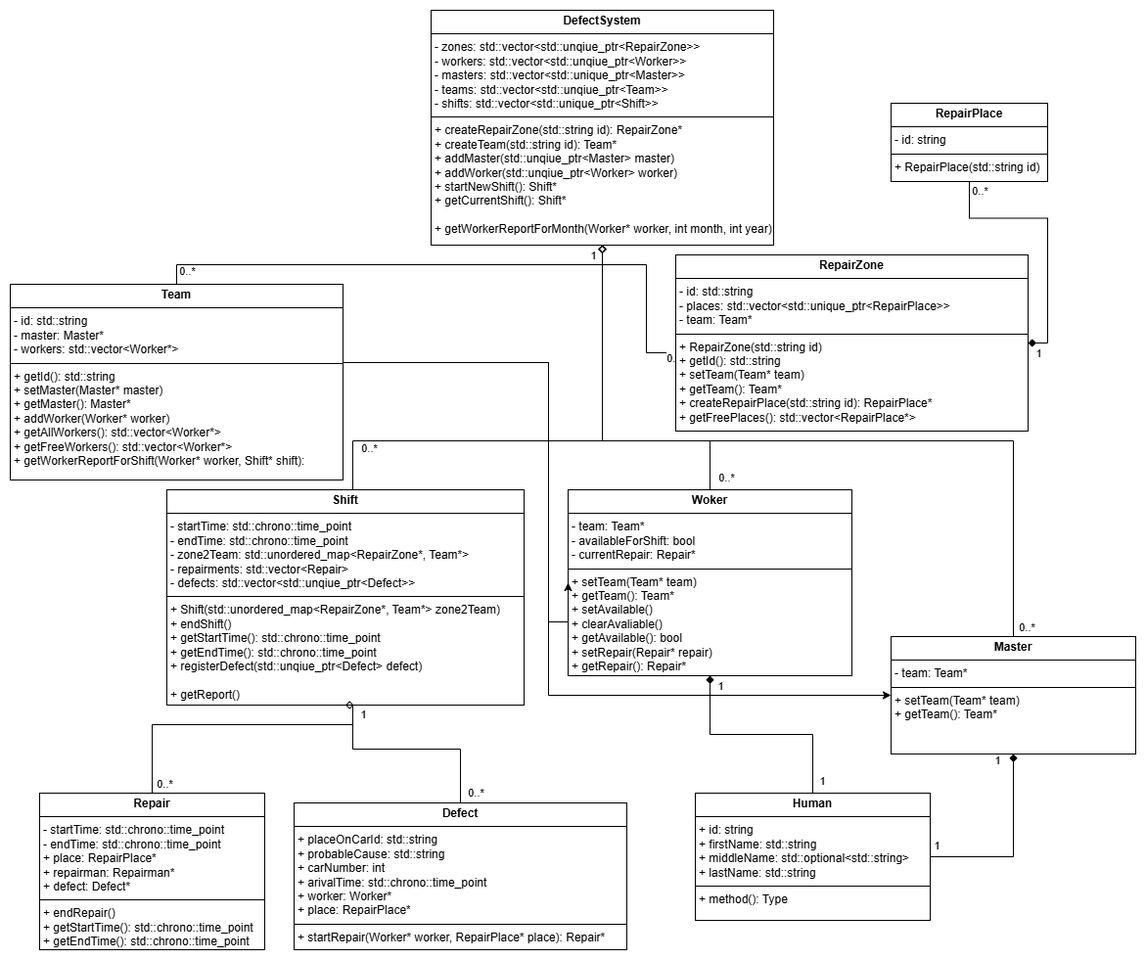
SheLesTT/software-design-cli keeps this draw.io diagram as defects/practice_10_22/ClassesDiagram.png. Above is the earlier version. Source tidied: cells renumbered, new cells last; positions are measured from the earlier drawing's top-left corner, leaving out a move shared by most shapes.
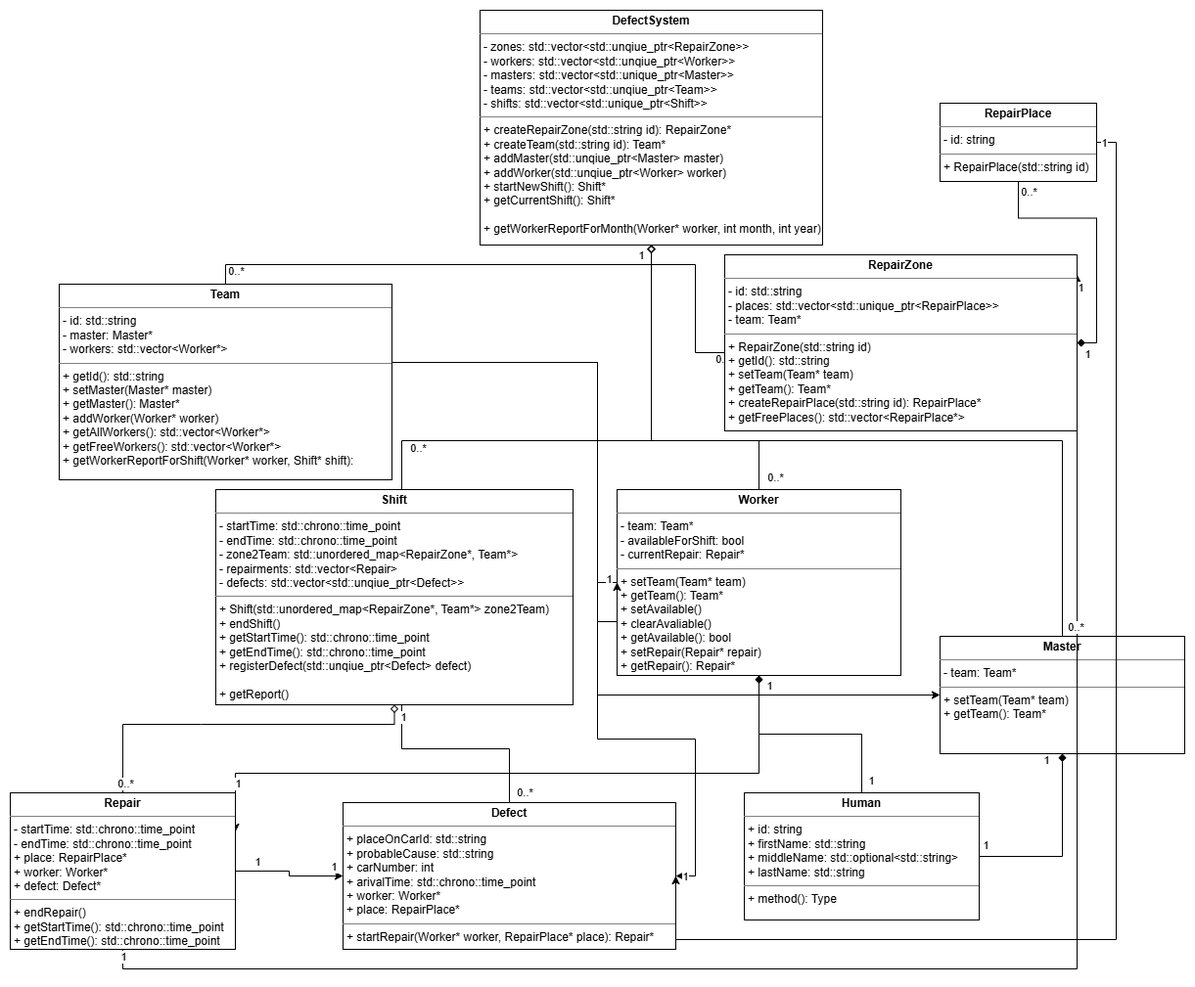
Later version of the same file.

Commit message:
feat: add diagram description

What changed in the source:
```diff
@@ -10,7 +10,27 @@
         </Array>
       </mxGeometry>
     </mxCell>
+    <mxCell id="40" style="edgeStyle=orthogonalEdgeStyle;rounded=0;jettySize=auto;html=1;exitX=0;exitY=0.5;exitDx=0;exitDy=0;entryX=1;entryY=0.5;entryDx=0;entryDy=0;" parent="1" edge="1" source="3" target="10">
+      <mxGeometry relative="1" as="geometry" />
+    </mxCell>
+    <mxCell id="41" value="1" style="edgeLabel;html=1;align=center;verticalAlign=middle;" parent="40" vertex="1">
+      <mxGeometry x="0.96" relative="1" as="geometry" />
+    </mxCell>
+    <mxCell id="42" value="1" style="edgeLabel;html=1;align=center;verticalAlign=middle;" parent="40" vertex="1">
+      <mxGeometry x="-0.96" y="-4" relative="1" as="geometry" />
+    </mxCell>
+    <mxCell id="43" style="edgeStyle=orthogonalEdgeStyle;rounded=0;jettySize=auto;html=1;exitX=0.5;exitY=1;exitDx=0;exitDy=0;entryX=1;entryY=0.25;entryDx=0;entryDy=0;" parent="1" edge="1" source="3" target="25">
+      <mxGeometry relative="1" as="geometry">
+        <Array as="points">
+          <mxPoint x="715" y="780" />
+          <mxPoint x="180" y="780" />
+        </Array>
+      </mxGeometry>
+    </mxCell>
+    <mxCell id="44" value="1" style="edgeLabel;html=1;align=center;verticalAlign=middle;" parent="43" vertex="1">
+      <mxGeometry x="0.86" y="2" relative="1" as="geometry" />
+    </mxCell>
-    <mxCell id="3" value="&lt;p style=&quot;margin:0px;margin-top:4px;text-align:center;&quot;&gt;&lt;b&gt;Woker&lt;/b&gt;&lt;/p&gt;&lt;hr size=&quot;1&quot; style=&quot;border-style:solid;&quot;&gt;&lt;p style=&quot;margin:0px;margin-left:4px;&quot;&gt;- team: Team*&lt;/p&gt;&lt;p style=&quot;margin:0px;margin-left:4px;&quot;&gt;- availableForShift: bool&lt;/p&gt;&lt;p style=&quot;margin:0px;margin-left:4px;&quot;&gt;- currentRepair: Repair*&lt;/p&gt;&lt;hr size=&quot;1&quot; style=&quot;border-style:solid;&quot;&gt;&lt;p style=&quot;margin:0px;margin-left:4px;&quot;&gt;+ setTeam(Team* team)&lt;/p&gt;&lt;p style=&quot;margin:0px;margin-left:4px;&quot;&gt;+ getTeam(): Team*&lt;/p&gt;&lt;p style=&quot;margin:0px;margin-left:4px;&quot;&gt;+ setAvailable()&lt;/p&gt;&lt;p style=&quot;margin:0px;margin-left:4px;&quot;&gt;+ clearAvaliable()&lt;/p&gt;&lt;p style=&quot;margin:0px;margin-left:4px;&quot;&gt;+ getAvailable(): bool&lt;/p&gt;&lt;p style=&quot;margin:0px;margin-left:4px;&quot;&gt;+ setRepair(Repair* repair)&lt;/p&gt;&lt;p style=&quot;margin:0px;margin-left:4px;&quot;&gt;+ getRepair(): Repair*&lt;/p&gt;" style="verticalAlign=top;align=left;overflow=fill;html=1;whiteSpace=wrap;" parent="1" vertex="1">
+    <mxCell id="3" value="&lt;p style=&quot;margin:0px;margin-top:4px;text-align:center;&quot;&gt;&lt;b&gt;Worker&lt;/b&gt;&lt;/p&gt;&lt;hr size=&quot;1&quot; style=&quot;border-style:solid;&quot;&gt;&lt;p style=&quot;margin:0px;margin-left:4px;&quot;&gt;- team: Team*&lt;/p&gt;&lt;p style=&quot;margin:0px;margin-left:4px;&quot;&gt;- availableForShift: bool&lt;/p&gt;&lt;p style=&quot;margin:0px;margin-left:4px;&quot;&gt;- currentRepair: Repair*&lt;/p&gt;&lt;hr size=&quot;1&quot; style=&quot;border-style:solid;&quot;&gt;&lt;p style=&quot;margin:0px;margin-left:4px;&quot;&gt;+ setTeam(Team* team)&lt;/p&gt;&lt;p style=&quot;margin:0px;margin-left:4px;&quot;&gt;+ getTeam(): Team*&lt;/p&gt;&lt;p style=&quot;margin:0px;margin-left:4px;&quot;&gt;+ setAvailable()&lt;/p&gt;&lt;p style=&quot;margin:0px;margin-left:4px;&quot;&gt;+ clearAvaliable()&lt;/p&gt;&lt;p style=&quot;margin:0px;margin-left:4px;&quot;&gt;+ getAvailable(): bool&lt;/p&gt;&lt;p style=&quot;margin:0px;margin-left:4px;&quot;&gt;+ setRepair(Repair* repair)&lt;/p&gt;&lt;p style=&quot;margin:0px;margin-left:4px;&quot;&gt;+ getRepair(): Repair*&lt;/p&gt;" style="verticalAlign=top;align=left;overflow=fill;html=1;whiteSpace=wrap;" parent="1" vertex="1">
       <mxGeometry x="570" y="490" width="290" height="190" as="geometry" />
     </mxCell>
     <mxCell id="4" style="edgeStyle=orthogonalEdgeStyle;rounded=0;jettySize=auto;html=1;exitX=0.5;exitY=0;exitDx=0;exitDy=0;entryX=0.5;entryY=1;entryDx=0;entryDy=0;endArrow=diamond;endFill=0;" parent="1" edge="1" source="5" target="26">
@@ -96,6 +116,18 @@
         <mxPoint x="-6" y="14" as="offset" />
       </mxGeometry>
     </mxCell>
+    <mxCell id="45" style="edgeStyle=orthogonalEdgeStyle;rounded=0;jettySize=auto;html=1;exitX=1;exitY=0.5;exitDx=0;exitDy=0;entryX=1;entryY=0.5;entryDx=0;entryDy=0;" parent="1" edge="1" source="22" target="10">
+      <mxGeometry relative="1" as="geometry">
+        <Array as="points">
+          <mxPoint x="1080" y="135" />
+          <mxPoint x="1080" y="950" />
+          <mxPoint x="630" y="950" />
+        </Array>
+      </mxGeometry>
+    </mxCell>
+    <mxCell id="46" value="1" style="edgeLabel;html=1;align=center;verticalAlign=middle;" parent="45" vertex="1">
+      <mxGeometry x="-0.99" relative="1" as="geometry" />
+    </mxCell>
     <mxCell id="22" value="&lt;p style=&quot;margin:0px;margin-top:4px;text-align:center;&quot;&gt;&lt;b&gt;RepairPlace&lt;/b&gt;&lt;/p&gt;&lt;hr size=&quot;1&quot; style=&quot;border-style:solid;&quot;&gt;&lt;p style=&quot;margin:0px;margin-left:4px;&quot;&gt;- id: string&lt;/p&gt;&lt;hr size=&quot;1&quot; style=&quot;border-style:solid;&quot;&gt;&lt;p style=&quot;margin:0px;margin-left:4px;&quot;&gt;+ RepairPlace(std::string id)&lt;/p&gt;" style="verticalAlign=top;align=left;overflow=fill;html=1;whiteSpace=wrap;" parent="1" vertex="1">
       <mxGeometry x="900" y="95" width="160" height="80" as="geometry" />
     </mxCell>
@@ -112,8 +144,32 @@
         <mxPoint x="14" y="-4" as="offset" />
       </mxGeometry>
     </mxCell>
+    <mxCell id="47" style="edgeStyle=orthogonalEdgeStyle;rounded=0;jettySize=auto;html=1;exitX=1;exitY=0.5;exitDx=0;exitDy=0;entryX=0;entryY=0.5;entryDx=0;entryDy=0;" parent="1" edge="1" source="25" target="10">
+      <mxGeometry relative="1" as="geometry" />
+    </mxCell>
+    <mxCell id="48" value="1" style="edgeLabel;html=1;align=center;verticalAlign=middle;" parent="47" vertex="1">
+      <mxGeometry x="-0.46" y="-1" relative="1" as="geometry">
+        <mxPoint x="-9" y="-11" as="offset" />
+      </mxGeometry>
+    </mxCell>
+    <mxCell id="49" value="1" style="edgeLabel;html=1;align=center;verticalAlign=middle;" parent="47" vertex="1">
+      <mxGeometry x="0.22" y="1" relative="1" as="geometry">
+        <mxPoint x="35" y="-9" as="offset" />
+      </mxGeometry>
+    </mxCell>
+    <mxCell id="50" style="edgeStyle=orthogonalEdgeStyle;rounded=0;jettySize=auto;html=1;exitX=0.5;exitY=1;exitDx=0;exitDy=0;entryX=1;entryY=0.25;entryDx=0;entryDy=0;" parent="1" edge="1" source="25">
+      <mxGeometry relative="1" as="geometry">
+        <mxPoint x="1040" y="270" as="targetPoint" />
+      </mxGeometry>
+    </mxCell>
+    <mxCell id="51" value="1" style="edgeLabel;html=1;align=center;verticalAlign=middle;" parent="50" vertex="1">
+      <mxGeometry x="0.98" y="-3" relative="1" as="geometry" />
+    </mxCell>
+    <mxCell id="52" value="1" style="edgeLabel;html=1;align=center;verticalAlign=middle;" parent="50" vertex="1">
+      <mxGeometry x="-0.99" relative="1" as="geometry" />
+    </mxCell>
-    <mxCell id="25" value="&lt;p style=&quot;margin:0px;margin-top:4px;text-align:center;&quot;&gt;&lt;b&gt;Repair&lt;/b&gt;&lt;/p&gt;&lt;hr size=&quot;1&quot; style=&quot;border-style:solid;&quot;&gt;&lt;p style=&quot;margin:0px;margin-left:4px;&quot;&gt;- startTime:&amp;nbsp;&lt;span style=&quot;background-color: transparent; color: light-dark(rgb(0, 0, 0), rgb(255, 255, 255));&quot;&gt;std::chrono::time_point&lt;/span&gt;&lt;/p&gt;&lt;p style=&quot;margin:0px;margin-left:4px;&quot;&gt;&lt;span style=&quot;background-color: transparent; color: light-dark(rgb(0, 0, 0), rgb(255, 255, 255));&quot;&gt;- endTime:&amp;nbsp;&lt;/span&gt;&lt;span style=&quot;background-color: transparent; color: light-dark(rgb(0, 0, 0), rgb(255, 255, 255));&quot;&gt;std::chrono::time_point&lt;/span&gt;&lt;/p&gt;&lt;p style=&quot;margin:0px;margin-left:4px;&quot;&gt;&lt;span style=&quot;background-color: transparent; color: light-dark(rgb(0, 0, 0), rgb(255, 255, 255));&quot;&gt;+ place:&amp;nbsp;&lt;/span&gt;&lt;span style=&quot;background-color: transparent;&quot;&gt;RepairPlace*&lt;/span&gt;&lt;/p&gt;&lt;p style=&quot;margin:0px;margin-left:4px;&quot;&gt;&lt;span style=&quot;background-color: transparent;&quot;&gt;+ repairman: Repairman*&lt;/span&gt;&lt;/p&gt;&lt;p style=&quot;margin:0px;margin-left:4px;&quot;&gt;&lt;span style=&quot;background-color: transparent;&quot;&gt;+ defect: Defect*&lt;/span&gt;&lt;/p&gt;&lt;hr size=&quot;1&quot; style=&quot;border-style:solid;&quot;&gt;&lt;p style=&quot;margin:0px;margin-left:4px;&quot;&gt;+ endRepair()&lt;/p&gt;&lt;p style=&quot;margin: 0px 0px 0px 4px;&quot;&gt;+ getStartTime():&amp;nbsp;&lt;span style=&quot;background-color: transparent; color: light-dark(rgb(0, 0, 0), rgb(255, 255, 255));&quot;&gt;std::chrono::time_point&lt;/span&gt;&lt;/p&gt;&lt;p style=&quot;margin: 0px 0px 0px 4px;&quot;&gt;&lt;span style=&quot;background-color: transparent; color: light-dark(rgb(0, 0, 0), rgb(255, 255, 255));&quot;&gt;+ getEndTime():&amp;nbsp;&lt;/span&gt;&lt;span style=&quot;background-color: transparent; color: light-dark(rgb(0, 0, 0), rgb(255, 255, 255));&quot;&gt;std::chrono::time_point&lt;/span&gt;&lt;/p&gt;" style="verticalAlign=top;align=left;overflow=fill;html=1;whiteSpace=wrap;" parent="1" vertex="1">
-      <mxGeometry x="30" y="800" width="230" height="160" as="geometry" />
+    <mxCell id="25" value="&lt;p style=&quot;margin:0px;margin-top:4px;text-align:center;&quot;&gt;&lt;b&gt;Repair&lt;/b&gt;&lt;/p&gt;&lt;hr size=&quot;1&quot; style=&quot;border-style:solid;&quot;&gt;&lt;p style=&quot;margin:0px;margin-left:4px;&quot;&gt;- startTime:&amp;nbsp;&lt;span style=&quot;background-color: transparent; color: light-dark(rgb(0, 0, 0), rgb(255, 255, 255));&quot;&gt;std::chrono::time_point&lt;/span&gt;&lt;/p&gt;&lt;p style=&quot;margin:0px;margin-left:4px;&quot;&gt;&lt;span style=&quot;background-color: transparent; color: light-dark(rgb(0, 0, 0), rgb(255, 255, 255));&quot;&gt;- endTime:&amp;nbsp;&lt;/span&gt;&lt;span style=&quot;background-color: transparent; color: light-dark(rgb(0, 0, 0), rgb(255, 255, 255));&quot;&gt;std::chrono::time_point&lt;/span&gt;&lt;/p&gt;&lt;p style=&quot;margin:0px;margin-left:4px;&quot;&gt;&lt;span style=&quot;background-color: transparent; color: light-dark(rgb(0, 0, 0), rgb(255, 255, 255));&quot;&gt;+ place:&amp;nbsp;&lt;/span&gt;&lt;span style=&quot;background-color: transparent;&quot;&gt;RepairPlace*&lt;/span&gt;&lt;/p&gt;&lt;p style=&quot;margin:0px;margin-left:4px;&quot;&gt;&lt;span style=&quot;background-color: transparent;&quot;&gt;+ worker: Worker*&lt;/span&gt;&lt;/p&gt;&lt;p style=&quot;margin:0px;margin-left:4px;&quot;&gt;&lt;span style=&quot;background-color: transparent;&quot;&gt;+ defect: Defect*&lt;/span&gt;&lt;/p&gt;&lt;hr size=&quot;1&quot; style=&quot;border-style:solid;&quot;&gt;&lt;p style=&quot;margin:0px;margin-left:4px;&quot;&gt;+ endRepair()&lt;/p&gt;&lt;p style=&quot;margin: 0px 0px 0px 4px;&quot;&gt;+ getStartTime():&amp;nbsp;&lt;span style=&quot;background-color: transparent; color: light-dark(rgb(0, 0, 0), rgb(255, 255, 255));&quot;&gt;std::chrono::time_point&lt;/span&gt;&lt;/p&gt;&lt;p style=&quot;margin: 0px 0px 0px 4px;&quot;&gt;&lt;span style=&quot;background-color: transparent; color: light-dark(rgb(0, 0, 0), rgb(255, 255, 255));&quot;&gt;+ getEndTime():&amp;nbsp;&lt;/span&gt;&lt;span style=&quot;background-color: transparent; color: light-dark(rgb(0, 0, 0), rgb(255, 255, 255));&quot;&gt;std::chrono::time_point&lt;/span&gt;&lt;/p&gt;" style="verticalAlign=top;align=left;overflow=fill;html=1;whiteSpace=wrap;" parent="1" vertex="1">
+      <mxGeometry x="-50" y="800" width="230" height="160" as="geometry" />
     </mxCell>
     <mxCell id="26" value="&lt;p style=&quot;margin:0px;margin-top:4px;text-align:center;&quot;&gt;&lt;b&gt;DefectSystem&lt;/b&gt;&lt;/p&gt;&lt;hr size=&quot;1&quot; style=&quot;border-style:solid;&quot;&gt;&lt;p style=&quot;margin:0px;margin-left:4px;&quot;&gt;- zones: std::vector&amp;lt;std::unqiue_ptr&amp;lt;RepairZone&amp;gt;&amp;gt;&lt;/p&gt;&lt;p style=&quot;margin:0px;margin-left:4px;&quot;&gt;- workers: std::vector&amp;lt;std::unqiue_ptr&amp;lt;Worker&amp;gt;&amp;gt;&lt;/p&gt;&lt;p style=&quot;margin:0px;margin-left:4px;&quot;&gt;- masters: std::vector&amp;lt;std::unique_ptr&amp;lt;Master&amp;gt;&amp;gt;&lt;/p&gt;&lt;p style=&quot;margin:0px;margin-left:4px;&quot;&gt;- teams: std::vector&amp;lt;std::unqiue_ptr&amp;lt;Team&amp;gt;&amp;gt;&lt;/p&gt;&lt;p style=&quot;margin:0px;margin-left:4px;&quot;&gt;- shifts: std::vector&amp;lt;std::unique_ptr&amp;lt;Shift&amp;gt;&amp;gt;&lt;/p&gt;&lt;hr size=&quot;1&quot; style=&quot;border-style:solid;&quot;&gt;&lt;p style=&quot;margin:0px;margin-left:4px;&quot;&gt;+ createRepairZone(std::string id):&amp;nbsp;&lt;span style=&quot;background-color: transparent; color: light-dark(rgb(0, 0, 0), rgb(255, 255, 255));&quot;&gt;RepairZone*&lt;/span&gt;&lt;/p&gt;&lt;p style=&quot;margin:0px;margin-left:4px;&quot;&gt;+ createTeam(std::string id): Team*&lt;/p&gt;&lt;p style=&quot;margin:0px;margin-left:4px;&quot;&gt;+ addMaster(std::unqiue_ptr&amp;lt;Master&amp;gt; master)&lt;/p&gt;&lt;p style=&quot;margin:0px;margin-left:4px;&quot;&gt;+ addWorker(std::unqiue_ptr&amp;lt;Worker&amp;gt; worker)&lt;/p&gt;&lt;p style=&quot;margin:0px;margin-left:4px;&quot;&gt;+ startNewShift(): Shift*&lt;/p&gt;&lt;p style=&quot;margin:0px;margin-left:4px;&quot;&gt;+ getCurrentShift(): Shift*&lt;/p&gt;&lt;p style=&quot;margin:0px;margin-left:4px;&quot;&gt;&lt;br&gt;&lt;/p&gt;&lt;p style=&quot;margin:0px;margin-left:4px;&quot;&gt;+ getWorkerReportForMonth(Worker* worker, int month, int year)&lt;/p&gt;&lt;p style=&quot;margin:0px;margin-left:4px;&quot;&gt;&lt;br&gt;&lt;/p&gt;" style="verticalAlign=top;align=left;overflow=fill;html=1;whiteSpace=wrap;" parent="1" vertex="1">
       <mxGeometry x="430" width="350" height="240" as="geometry" />
@@ -146,7 +202,7 @@
       </mxGeometry>
     </mxCell>
     <mxCell id="32" value="0..*" style="edgeLabel;html=1;align=center;verticalAlign=middle;" parent="1" vertex="1">
-      <mxGeometry x="160" y="780" as="geometry">
+      <mxGeometry x="70" y="780" as="geometry">
         <mxPoint x="-3" y="10" as="offset" />
       </mxGeometry>
     </mxCell>
```
